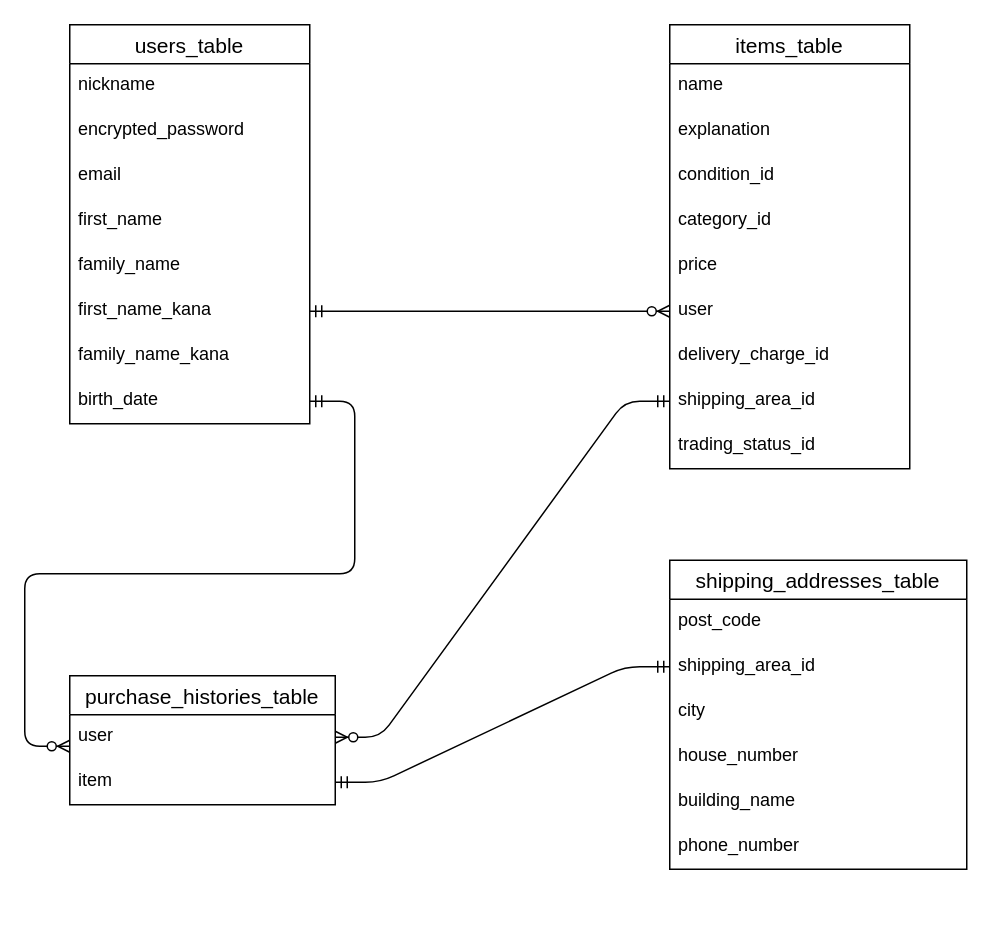
Earlier version of the draw.io diagram table.dio (wmr1212/furima-37019). Source tidied: cells renumbered, new cells numbered last; positions are measured from the earlier drawing's top-left corner, leaving out a move shared by most shapes. Both pictures are drawn from the tidied source at 150%, with x=0, y=0 at pixel (69, 24).
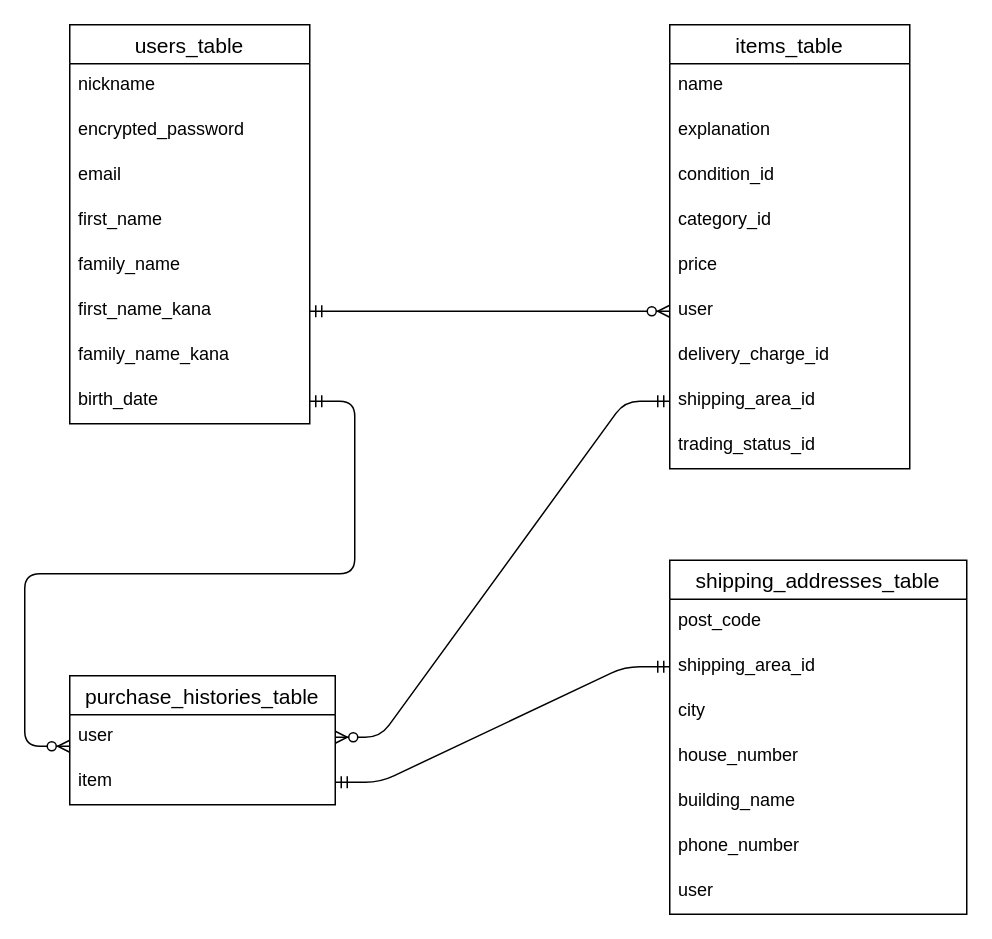
After the change.

Commit message (it also covers changes not shown here):
ER図・READMEの再修正

The edit, as a diff of the source:
```diff
@@
     <mxCell id="24" value="shipping_addresses_table" style="swimlane;fontStyle=0;horizontal=1;startSize=26;align=center;fontSize=14;" parent="1" vertex="1">
-      <mxGeometry x="400" y="357" width="198" height="206" as="geometry" />
+      <mxGeometry x="400" y="357" width="198" height="236" as="geometry" />
     </mxCell>
@@
+    <mxCell id="36" value="user" style="text;strokeColor=none;fillColor=none;spacingLeft=4;spacingRight=4;overflow=hidden;fontSize=12;" parent="24" vertex="1">
+      <mxGeometry y="206" width="198" height="30" as="geometry" />
+    </mxCell>
```
